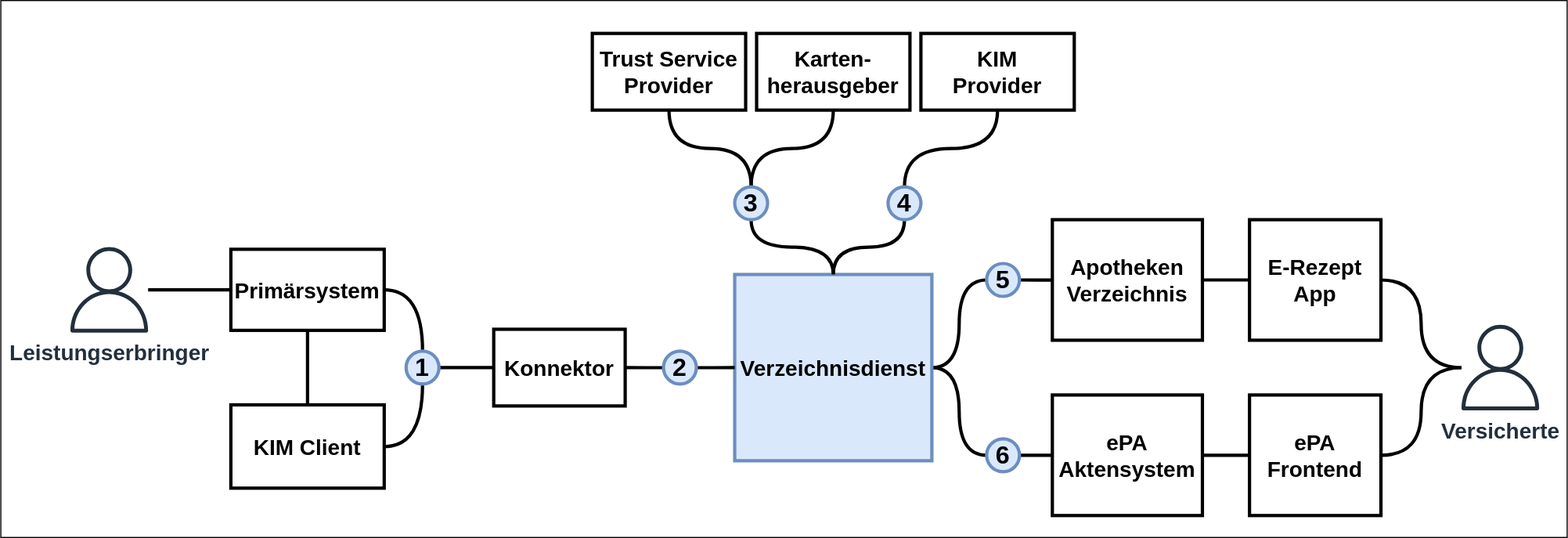
gematik/api-vzd keeps this draw.io diagram as images/VZD_Systemkontext.svg. Above is the earlier version. Source tidied: cells renumbered, new cells last; positions are measured from the earlier drawing's top-left corner, leaving out a move shared by most shapes.
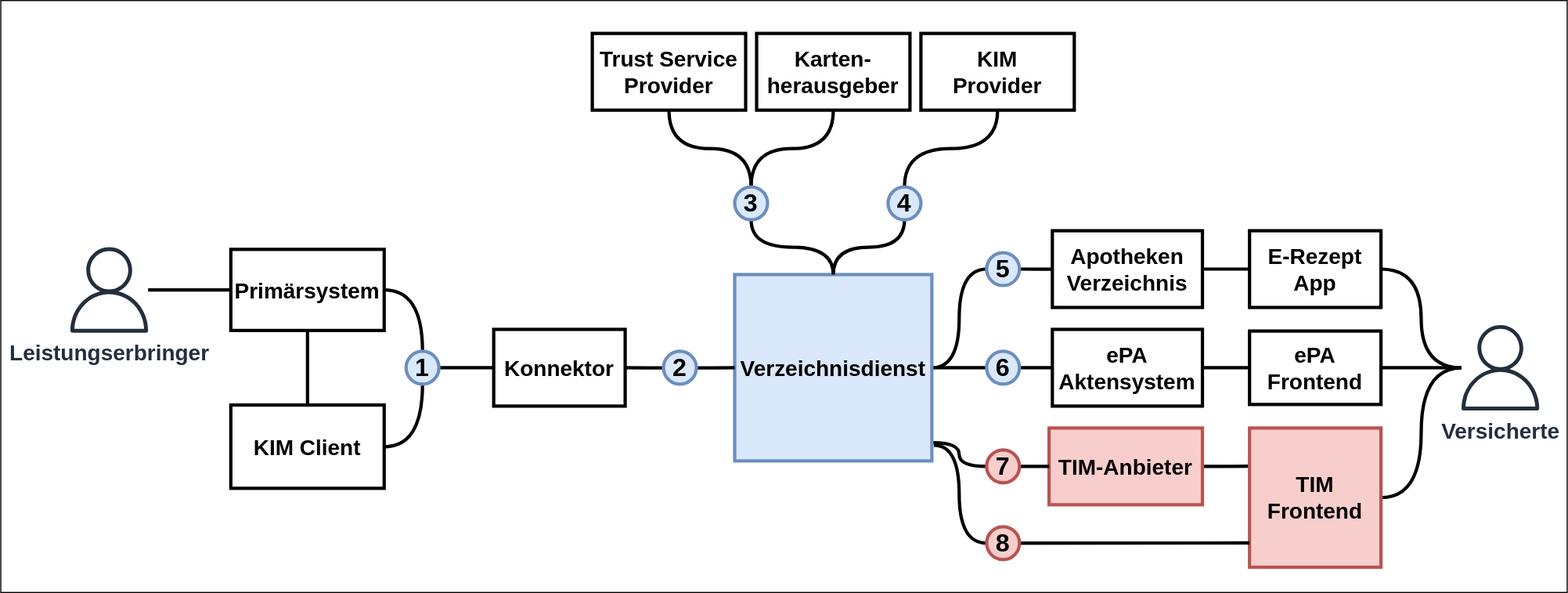
After the change.

What changed in the source:
```diff
@@ -3,7 +3,7 @@
     <mxCell id="0" />
     <mxCell id="1" parent="0" />
     <mxCell id="2" style="rounded=0;whiteSpace=wrap;html=1;fontSize=16;strokeWidth=1;fillColor=none;" parent="1" vertex="1">
-      <mxGeometry width="1430" height="490" as="geometry" />
+      <mxGeometry width="1430" height="540" as="geometry" />
     </mxCell>
     <mxCell id="3" style="edgeStyle=orthogonalEdgeStyle;curved=1;jettySize=auto;html=1;exitX=0.5;exitY=0;exitDx=0;exitDy=0;entryX=0.5;entryY=1;entryDx=0;entryDy=0;fontSize=16;endArrow=none;endFill=0;strokeWidth=3;" parent="1" edge="1" source="6" target="27">
       <mxGeometry relative="1" as="geometry" />
@@ -14,6 +14,12 @@
     <mxCell id="5" style="edgeStyle=orthogonalEdgeStyle;curved=1;jettySize=auto;html=1;exitX=1;exitY=0.5;exitDx=0;exitDy=0;entryX=0;entryY=0.5;entryDx=0;entryDy=0;fontSize=16;endArrow=none;endFill=0;strokeWidth=3;" parent="1" edge="1" source="6" target="30">
       <mxGeometry relative="1" as="geometry" />
     </mxCell>
+    <mxCell id="42" style="edgeStyle=orthogonalEdgeStyle;curved=1;jettySize=auto;html=1;entryX=0;entryY=0.5;entryDx=0;entryDy=0;fontSize=23;endArrow=none;endFill=0;strokeWidth=3;exitX=1.007;exitY=0.902;exitDx=0;exitDy=0;exitPerimeter=0;" parent="1" edge="1" source="6" target="48">
+      <mxGeometry relative="1" as="geometry" />
+    </mxCell>
+    <mxCell id="43" style="edgeStyle=orthogonalEdgeStyle;curved=1;jettySize=auto;html=1;entryX=0;entryY=0.5;entryDx=0;entryDy=0;fontSize=23;endArrow=none;endFill=0;strokeWidth=3;exitX=1.01;exitY=0.916;exitDx=0;exitDy=0;exitPerimeter=0;" parent="1" edge="1" source="6" target="51">
+      <mxGeometry relative="1" as="geometry" />
+    </mxCell>
     <mxCell id="6" value="Verzeichnisdienst" style="rounded=0;whiteSpace=wrap;html=1;fillColor=#dae8fc;strokeColor=#6c8ebf;strokeWidth=3;fontSize=20;fontStyle=1;" parent="1" vertex="1">
       <mxGeometry x="670" y="250" width="180" height="170" as="geometry" />
     </mxCell>
@@ -36,10 +42,10 @@
       <mxGeometry relative="1" as="geometry" />
     </mxCell>
     <mxCell id="13" value="ePA Aktensystem" style="rounded=0;whiteSpace=wrap;html=1;fontSize=20;strokeWidth=3;fontStyle=1;" parent="1" vertex="1">
-      <mxGeometry x="960" y="360" width="137" height="110" as="geometry" />
+      <mxGeometry x="960" y="300" width="137" height="70" as="geometry" />
     </mxCell>
     <mxCell id="14" value="ePA Frontend" style="rounded=0;whiteSpace=wrap;html=1;fontSize=20;strokeWidth=3;fontStyle=1;" parent="1" vertex="1">
-      <mxGeometry x="1140" y="360" width="120" height="110" as="geometry" />
+      <mxGeometry x="1140" y="301.5" width="120" height="67" as="geometry" />
     </mxCell>
     <mxCell id="15" style="edgeStyle=orthogonalEdgeStyle;curved=1;jettySize=auto;html=1;entryX=1;entryY=0.5;entryDx=0;entryDy=0;fontSize=16;endArrow=none;endFill=0;strokeWidth=3;" parent="1" edge="1" source="17" target="28">
       <mxGeometry relative="1" as="geometry" />
@@ -48,10 +54,10 @@
       <mxGeometry relative="1" as="geometry" />
     </mxCell>
     <mxCell id="17" value="Apotheken Verzeichnis" style="rounded=0;whiteSpace=wrap;html=1;fontSize=20;strokeWidth=3;fontStyle=1;" parent="1" vertex="1">
-      <mxGeometry x="960" y="200" width="137" height="110" as="geometry" />
+      <mxGeometry x="960" y="210" width="137" height="70" as="geometry" />
     </mxCell>
     <mxCell id="18" value="E-Rezept App" style="rounded=0;whiteSpace=wrap;html=1;fontSize=20;strokeWidth=3;fontStyle=1;" parent="1" vertex="1">
-      <mxGeometry x="1140" y="200" width="120" height="110" as="geometry" />
+      <mxGeometry x="1140" y="210" width="120" height="70" as="geometry" />
     </mxCell>
     <mxCell id="19" style="edgeStyle=orthogonalEdgeStyle;curved=1;jettySize=auto;html=1;entryX=1;entryY=0.5;entryDx=0;entryDy=0;fontSize=16;endArrow=none;endFill=0;strokeWidth=3;" parent="1" edge="1" source="21" target="18">
       <mxGeometry relative="1" as="geometry" />
@@ -59,6 +65,9 @@
     <mxCell id="20" style="edgeStyle=orthogonalEdgeStyle;curved=1;jettySize=auto;html=1;entryX=1;entryY=0.5;entryDx=0;entryDy=0;fontSize=16;endArrow=none;endFill=0;strokeWidth=3;" parent="1" edge="1" source="21" target="14">
       <mxGeometry relative="1" as="geometry" />
     </mxCell>
+    <mxCell id="44" style="edgeStyle=orthogonalEdgeStyle;curved=1;jettySize=auto;html=1;entryX=1;entryY=0.5;entryDx=0;entryDy=0;fontSize=23;endArrow=none;endFill=0;strokeWidth=3;" parent="1" edge="1" source="21" target="49">
+      <mxGeometry relative="1" as="geometry" />
+    </mxCell>
     <mxCell id="21" value="Versicherte" style="sketch=0;outlineConnect=0;fontColor=#232F3E;gradientColor=none;fillColor=#232F3D;strokeColor=none;dashed=0;verticalLabelPosition=bottom;verticalAlign=top;align=center;html=1;fontSize=20;fontStyle=1;shape=mxgraph.aws4.user;" parent="1" vertex="1">
       <mxGeometry x="1330" y="296" width="78" height="78" as="geometry" />
     </mxCell>
@@ -81,13 +90,13 @@
       <mxGeometry x="670" y="170" width="30" height="30" as="geometry" />
     </mxCell>
     <mxCell id="28" value="5" style="ellipse;whiteSpace=wrap;html=1;fontSize=23;strokeWidth=3;fontStyle=1;fillColor=#dae8fc;strokeColor=#6c8ebf;" parent="1" vertex="1">
-      <mxGeometry x="900" y="240" width="30" height="30" as="geometry" />
+      <mxGeometry x="900" y="230" width="30" height="30" as="geometry" />
     </mxCell>
     <mxCell id="29" style="edgeStyle=orthogonalEdgeStyle;curved=1;jettySize=auto;html=1;exitX=1;exitY=0.5;exitDx=0;exitDy=0;entryX=0;entryY=0.5;entryDx=0;entryDy=0;fontSize=16;endArrow=none;endFill=0;strokeWidth=3;" parent="1" edge="1" source="30" target="13">
       <mxGeometry relative="1" as="geometry" />
     </mxCell>
     <mxCell id="30" value="6" style="ellipse;whiteSpace=wrap;html=1;fontSize=23;strokeWidth=3;fontStyle=1;fillColor=#dae8fc;strokeColor=#6c8ebf;" parent="1" vertex="1">
-      <mxGeometry x="900" y="400" width="30" height="30" as="geometry" />
+      <mxGeometry x="900" y="320" width="30" height="30" as="geometry" />
     </mxCell>
     <mxCell id="31" style="edgeStyle=orthogonalEdgeStyle;curved=1;jettySize=auto;html=1;exitX=1;exitY=0.5;exitDx=0;exitDy=0;entryX=0;entryY=0.5;entryDx=0;entryDy=0;fontSize=16;endArrow=none;endFill=0;strokeWidth=3;" parent="1" edge="1" source="33" target="7">
       <mxGeometry relative="1" as="geometry" />
@@ -122,5 +131,26 @@
     <mxCell id="41" value="KIM&lt;br style=&quot;font-size: 20px;&quot;&gt;Provider" style="rounded=0;whiteSpace=wrap;html=1;strokeWidth=3;fontSize=20;fontStyle=1;" parent="1" vertex="1">
       <mxGeometry x="840" y="30" width="140" height="70" as="geometry" />
     </mxCell>
+    <mxCell id="45" style="edgeStyle=orthogonalEdgeStyle;curved=1;jettySize=auto;html=1;exitX=1;exitY=0.5;exitDx=0;exitDy=0;entryX=-0.005;entryY=0.274;entryDx=0;entryDy=0;fontSize=23;endArrow=none;endFill=0;strokeWidth=3;entryPerimeter=0;" parent="1" edge="1" source="46" target="49">
+      <mxGeometry relative="1" as="geometry" />
+    </mxCell>
+    <mxCell id="46" value="TIM-Anbieter" style="rounded=0;whiteSpace=wrap;html=1;strokeWidth=3;fontSize=20;fontStyle=1;fillColor=#f8cecc;strokeColor=#b85450;" parent="1" vertex="1">
+      <mxGeometry x="957" y="390" width="140" height="70" as="geometry" />
+    </mxCell>
+    <mxCell id="47" style="edgeStyle=orthogonalEdgeStyle;curved=1;jettySize=auto;html=1;exitX=1;exitY=0.5;exitDx=0;exitDy=0;entryX=0;entryY=0.5;entryDx=0;entryDy=0;fontSize=23;endArrow=none;endFill=0;strokeWidth=3;" parent="1" edge="1" source="48" target="46">
+      <mxGeometry relative="1" as="geometry" />
+    </mxCell>
+    <mxCell id="48" value="7" style="ellipse;whiteSpace=wrap;html=1;fontSize=23;strokeWidth=3;fontStyle=1;fillColor=#f8cecc;strokeColor=#b85450;" parent="1" vertex="1">
+      <mxGeometry x="900" y="410" width="30" height="30" as="geometry" />
+    </mxCell>
+    <mxCell id="49" value="TIM Frontend" style="rounded=0;whiteSpace=wrap;html=1;fontSize=20;strokeWidth=3;fontStyle=1;fillColor=#f8cecc;strokeColor=#b85450;" parent="1" vertex="1">
+      <mxGeometry x="1140" y="390" width="120" height="127" as="geometry" />
+    </mxCell>
+    <mxCell id="50" style="edgeStyle=orthogonalEdgeStyle;curved=1;jettySize=auto;html=1;exitX=1;exitY=0.5;exitDx=0;exitDy=0;entryX=0;entryY=0.826;entryDx=0;entryDy=0;entryPerimeter=0;fontSize=23;endArrow=none;endFill=0;strokeWidth=3;" parent="1" edge="1" source="51" target="49">
+      <mxGeometry relative="1" as="geometry" />
+    </mxCell>
+    <mxCell id="51" value="8" style="ellipse;whiteSpace=wrap;html=1;fontSize=23;strokeWidth=3;fontStyle=1;fillColor=#f8cecc;strokeColor=#b85450;" parent="1" vertex="1">
+      <mxGeometry x="900" y="480" width="30" height="30" as="geometry" />
+    </mxCell>
   </root>
 </mxGraphModel>
```
